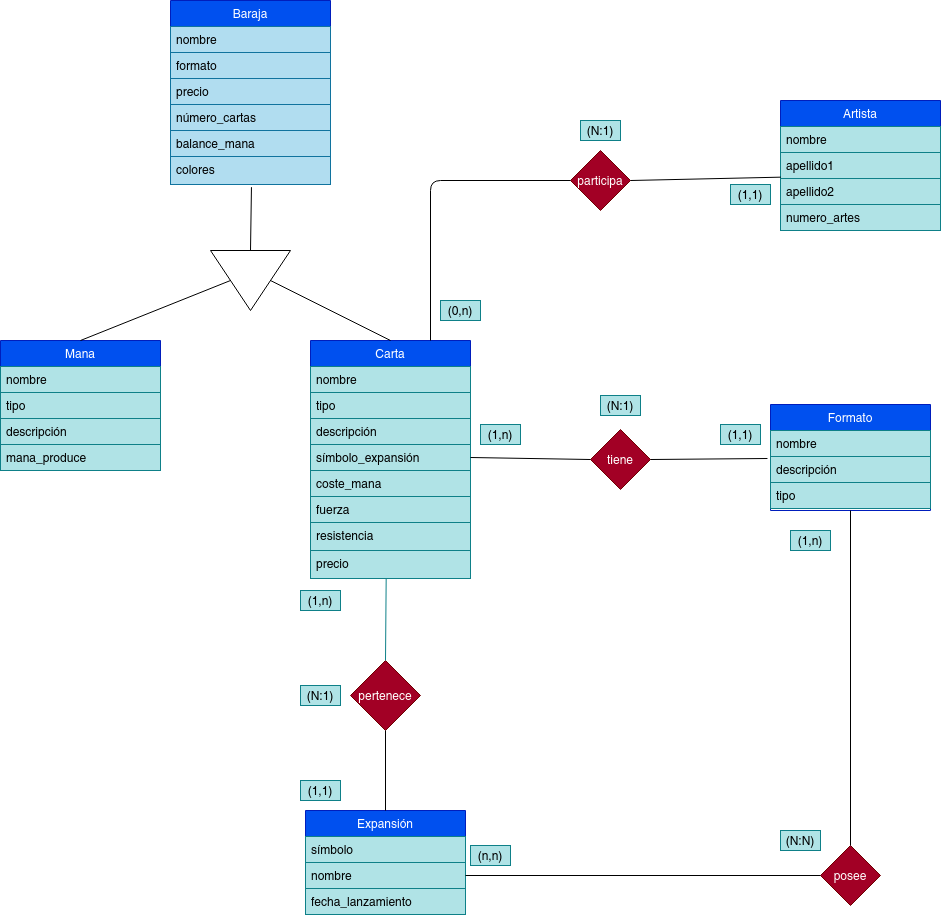
Earlier version of the draw.io export imagenes/relaciones-entidades/diagrama-magic.png (crislemen/MagicDB). Source tidied: cells renumbered, new cells last; positions are measured from the earlier drawing's top-left corner, leaving out a move shared by most shapes.
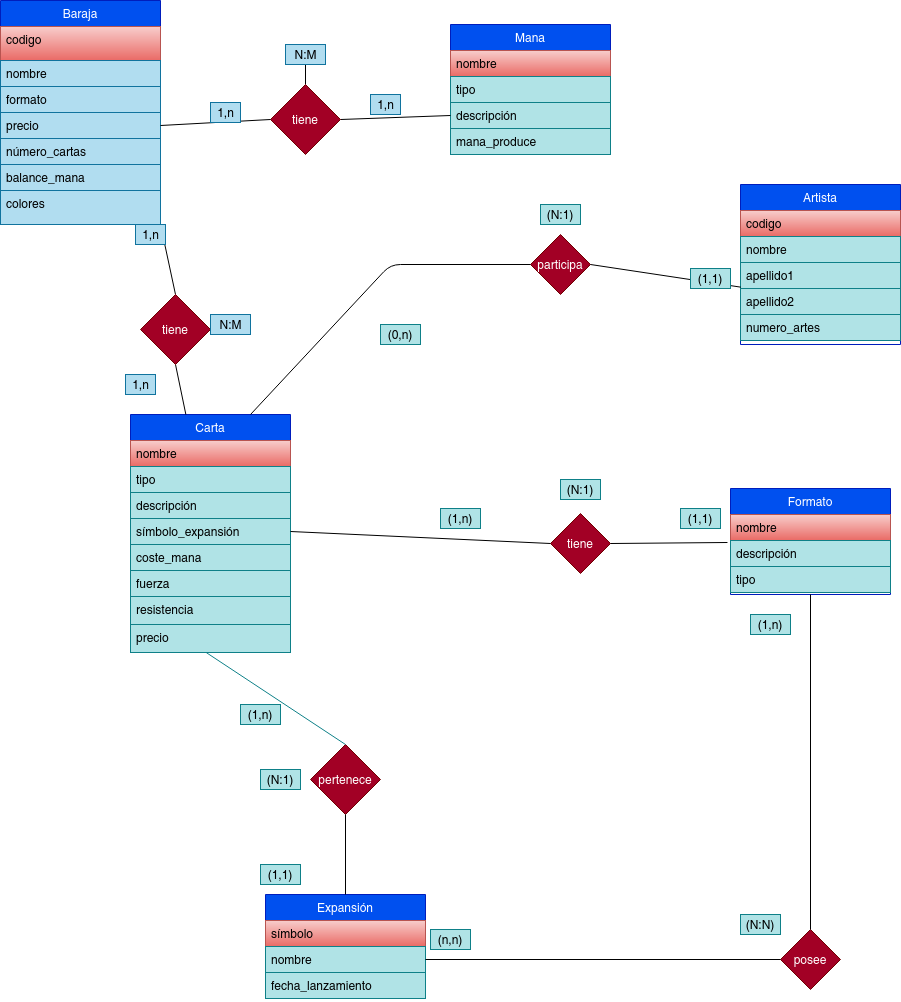
The same file after the commit.

Commit message:
Subido diagrama magic bien hecho

The edit, as a diff of the source:
```diff
@@ -3,9 +3,9 @@
     <mxCell id="0" />
     <mxCell id="1" parent="0" />
     <mxCell id="2" value="Carta" style="swimlane;fontStyle=0;align=center;verticalAlign=top;horizontal=1;startSize=26;rounded=0;shadow=0;strokeWidth=1;fillColor=#0050ef;strokeColor=#001DBC;fontColor=#ffffff;" parent="1" vertex="1">
-      <mxGeometry x="310" y="340" width="160" height="238" as="geometry" />
+      <mxGeometry x="170" y="330" width="160" height="238" as="geometry" />
     </mxCell>
-    <mxCell id="3" value="nombre" style="text;align=left;verticalAlign=top;spacingLeft=4;spacingRight=4;overflow=hidden;shadow=0;fillColor=#b0e3e6;strokeColor=#0e8088;" parent="2" vertex="1">
+    <mxCell id="3" value="nombre" style="text;align=left;verticalAlign=top;spacingLeft=4;spacingRight=4;overflow=hidden;shadow=0;fillColor=#f8cecc;strokeColor=#b85450;gradientColor=#ea6b66;" parent="2" vertex="1">
       <mxGeometry y="26" width="160" height="26" as="geometry" />
     </mxCell>
     <mxCell id="4" value="tipo" style="text;align=left;verticalAlign=top;spacingLeft=4;spacingRight=4;overflow=hidden;rounded=0;shadow=0;html=0;fillColor=#b0e3e6;strokeColor=#0e8088;" parent="2" vertex="1">
@@ -29,31 +29,37 @@
     <mxCell id="10" value="precio" style="text;align=left;verticalAlign=top;spacingLeft=4;spacingRight=4;overflow=hidden;points=[[0,0.5],[1,0.5]];portConstraint=eastwest;fillColor=#b0e3e6;strokeColor=#0e8088;" parent="2" vertex="1">
       <mxGeometry y="210" width="160" height="28" as="geometry" />
     </mxCell>
+    <mxCell id="64" style="rounded=0;jettySize=auto;html=1;exitX=1;exitY=1;exitDx=0;exitDy=0;entryX=0.5;entryY=0;entryDx=0;entryDy=0;endArrow=none;endFill=0;" parent="1" edge="1" source="11" target="68">
+      <mxGeometry relative="1" as="geometry" />
+    </mxCell>
     <mxCell id="11" value="Baraja" style="swimlane;fontStyle=0;align=center;verticalAlign=top;horizontal=1;startSize=26;rounded=0;shadow=0;strokeWidth=1;fillColor=#0050ef;strokeColor=#001DBC;fontColor=#ffffff;" parent="1" vertex="1">
-      <mxGeometry x="170" width="160" height="184" as="geometry" />
+      <mxGeometry x="40" y="-84" width="160" height="224" as="geometry" />
     </mxCell>
+    <mxCell id="65" value="codigo" style="text;align=left;verticalAlign=top;spacingLeft=4;spacingRight=4;overflow=hidden;fillColor=#f8cecc;strokeColor=#b85450;gradientColor=#ea6b66;" parent="11" vertex="1">
+      <mxGeometry y="26" width="160" height="34" as="geometry" />
+    </mxCell>
     <mxCell id="12" value="nombre" style="text;align=left;verticalAlign=top;spacingLeft=4;spacingRight=4;overflow=hidden;fillColor=#b1ddf0;strokeColor=#10739e;" parent="11" vertex="1">
-      <mxGeometry y="26" width="160" height="26" as="geometry" />
+      <mxGeometry y="60" width="160" height="26" as="geometry" />
     </mxCell>
     <mxCell id="13" value="formato" style="text;align=left;verticalAlign=top;spacingLeft=4;spacingRight=4;overflow=hidden;rounded=0;shadow=0;html=0;fillColor=#b1ddf0;strokeColor=#10739e;" parent="11" vertex="1">
-      <mxGeometry y="52" width="160" height="26" as="geometry" />
+      <mxGeometry y="86" width="160" height="26" as="geometry" />
     </mxCell>
     <mxCell id="14" value="precio" style="text;align=left;verticalAlign=top;spacingLeft=4;spacingRight=4;overflow=hidden;points=[[0,0.5],[1,0.5]];portConstraint=eastwest;rounded=0;shadow=0;html=0;fillColor=#b1ddf0;strokeColor=#10739e;" parent="11" vertex="1">
-      <mxGeometry y="78" width="160" height="26" as="geometry" />
+      <mxGeometry y="112" width="160" height="26" as="geometry" />
     </mxCell>
     <mxCell id="15" value="número_cartas" style="text;align=left;verticalAlign=top;spacingLeft=4;spacingRight=4;overflow=hidden;rounded=0;shadow=0;html=0;fillColor=#b1ddf0;strokeColor=#10739e;" parent="11" vertex="1">
-      <mxGeometry y="104" width="160" height="26" as="geometry" />
+      <mxGeometry y="138" width="160" height="26" as="geometry" />
     </mxCell>
     <mxCell id="16" value="balance_mana" style="text;align=left;verticalAlign=top;spacingLeft=4;spacingRight=4;overflow=hidden;rounded=0;shadow=0;html=0;fillColor=#b1ddf0;strokeColor=#10739e;" parent="11" vertex="1">
-      <mxGeometry y="130" width="160" height="26" as="geometry" />
+      <mxGeometry y="164" width="160" height="26" as="geometry" />
     </mxCell>
     <mxCell id="17" value="colores" style="text;align=left;verticalAlign=top;spacingLeft=4;spacingRight=4;overflow=hidden;points=[[0,0.5],[1,0.5]];portConstraint=eastwest;fillColor=#b1ddf0;strokeColor=#10739e;" parent="11" vertex="1">
-      <mxGeometry y="156" width="160" height="28" as="geometry" />
+      <mxGeometry y="190" width="160" height="34" as="geometry" />
     </mxCell>
     <mxCell id="18" value="Expansión" style="swimlane;fontStyle=0;align=center;verticalAlign=top;horizontal=1;startSize=26;rounded=0;shadow=0;strokeWidth=1;fillColor=#0050ef;strokeColor=#001DBC;fontColor=#ffffff;" parent="1" vertex="1">
       <mxGeometry x="305" y="810" width="160" height="104" as="geometry" />
     </mxCell>
-    <mxCell id="19" value="símbolo" style="text;align=left;verticalAlign=top;spacingLeft=4;spacingRight=4;overflow=hidden;fillColor=#b0e3e6;strokeColor=#0e8088;" parent="18" vertex="1">
+    <mxCell id="19" value="símbolo" style="text;align=left;verticalAlign=top;spacingLeft=4;spacingRight=4;overflow=hidden;fillColor=#f8cecc;strokeColor=#b85450;gradientColor=#ea6b66;" parent="18" vertex="1">
       <mxGeometry y="26" width="160" height="26" as="geometry" />
     </mxCell>
     <mxCell id="20" value="nombre" style="text;align=left;verticalAlign=top;spacingLeft=4;spacingRight=4;overflow=hidden;points=[[0,0.5],[1,0.5]];portConstraint=eastwest;rounded=0;shadow=0;html=0;fillColor=#b0e3e6;strokeColor=#0e8088;" parent="18" vertex="1">
@@ -65,7 +71,7 @@
     <mxCell id="22" value="Formato" style="swimlane;fontStyle=0;align=center;verticalAlign=top;horizontal=1;startSize=26;rounded=0;shadow=0;strokeWidth=1;fillColor=#0050ef;strokeColor=#001DBC;fontColor=#ffffff;" parent="1" vertex="1">
       <mxGeometry x="770" y="404" width="160" height="106" as="geometry" />
     </mxCell>
-    <mxCell id="23" value="nombre" style="text;align=left;verticalAlign=top;spacingLeft=4;spacingRight=4;overflow=hidden;fillColor=#b0e3e6;strokeColor=#0e8088;" parent="22" vertex="1">
+    <mxCell id="23" value="nombre" style="text;align=left;verticalAlign=top;spacingLeft=4;spacingRight=4;overflow=hidden;fillColor=#f8cecc;strokeColor=#b85450;gradientColor=#ea6b66;" parent="22" vertex="1">
       <mxGeometry y="26" width="160" height="26" as="geometry" />
     </mxCell>
     <mxCell id="24" value="descripción" style="text;align=left;verticalAlign=top;spacingLeft=4;spacingRight=4;overflow=hidden;points=[[0,0.5],[1,0.5]];portConstraint=eastwest;rounded=0;shadow=0;html=0;fillColor=#b0e3e6;strokeColor=#0e8088;" parent="22" vertex="1">
@@ -75,9 +81,9 @@
       <mxGeometry y="78" width="160" height="26" as="geometry" />
     </mxCell>
     <mxCell id="26" value="Mana" style="swimlane;fontStyle=0;align=center;verticalAlign=top;horizontal=1;startSize=26;rounded=0;shadow=0;strokeWidth=1;fillColor=#0050ef;strokeColor=#001DBC;fontColor=#ffffff;" parent="1" vertex="1">
-      <mxGeometry y="340" width="160" height="130" as="geometry" />
+      <mxGeometry x="490" y="-60" width="160" height="130" as="geometry" />
     </mxCell>
-    <mxCell id="27" value="nombre" style="text;align=left;verticalAlign=top;spacingLeft=4;spacingRight=4;overflow=hidden;fillColor=#b0e3e6;strokeColor=#0e8088;" parent="26" vertex="1">
+    <mxCell id="27" value="nombre" style="text;align=left;verticalAlign=top;spacingLeft=4;spacingRight=4;overflow=hidden;fillColor=#f8cecc;strokeColor=#b85450;gradientColor=#ea6b66;" parent="26" vertex="1">
       <mxGeometry y="26" width="160" height="26" as="geometry" />
     </mxCell>
     <mxCell id="28" value="tipo" style="text;align=left;verticalAlign=top;spacingLeft=4;spacingRight=4;overflow=hidden;rounded=0;shadow=0;html=0;fillColor=#b0e3e6;strokeColor=#0e8088;" parent="26" vertex="1">
@@ -89,17 +95,6 @@
     <mxCell id="30" value="mana_produce" style="text;align=left;verticalAlign=top;spacingLeft=4;spacingRight=4;overflow=hidden;rounded=0;shadow=0;html=0;fillColor=#b0e3e6;strokeColor=#0e8088;" parent="26" vertex="1">
       <mxGeometry y="104" width="160" height="26" as="geometry" />
     </mxCell>
-    <mxCell id="31" style="endArrow=none;html=1;exitX=0.5;exitY=0;exitDx=0;exitDy=0;entryX=0.506;entryY=1.095;entryDx=0;entryDy=0;entryPerimeter=0;" parent="1" edge="1" target="17">
-      <mxGeometry relative="1" as="geometry">
-        <mxPoint x="250" y="250" as="sourcePoint" />
-      </mxGeometry>
-    </mxCell>
-    <mxCell id="32" style="endArrow=none;html=1;entryX=0.5;entryY=1;entryDx=0;entryDy=0;exitX=0.5;exitY=0;exitDx=0;exitDy=0;" parent="1" edge="1" source="26" target="48">
-      <mxGeometry relative="1" as="geometry" />
-    </mxCell>
-    <mxCell id="33" style="endArrow=none;html=1;exitX=0.5;exitY=0;exitDx=0;exitDy=0;entryX=0.5;entryY=0;entryDx=0;entryDy=0;" parent="1" edge="1" source="48" target="2">
-      <mxGeometry relative="1" as="geometry" />
-    </mxCell>
     <mxCell id="34" value="tiene" style="rhombus;whiteSpace=wrap;html=1;shadow=0;fillColor=#a20025;strokeColor=#6F0000;fontColor=#ffffff;" parent="1" vertex="1">
       <mxGeometry x="590" y="429" width="60" height="60" as="geometry" />
     </mxCell>
@@ -119,19 +114,22 @@
       <mxGeometry relative="1" as="geometry" />
     </mxCell>
     <mxCell id="40" value="Artista" style="swimlane;fontStyle=0;align=center;verticalAlign=top;horizontal=1;startSize=26;rounded=0;shadow=0;strokeWidth=1;fillColor=#0050ef;strokeColor=#001DBC;fontColor=#ffffff;" parent="1" vertex="1">
-      <mxGeometry x="780" y="100" width="160" height="130" as="geometry" />
+      <mxGeometry x="780" y="100" width="160" height="160" as="geometry" />
     </mxCell>
+    <mxCell id="66" value="codigo" style="text;align=left;verticalAlign=top;spacingLeft=4;spacingRight=4;overflow=hidden;fillColor=#f8cecc;strokeColor=#b85450;gradientColor=#ea6b66;" parent="40" vertex="1">
+      <mxGeometry y="26" width="160" height="26" as="geometry" />
+    </mxCell>
     <mxCell id="41" value="nombre" style="text;align=left;verticalAlign=top;spacingLeft=4;spacingRight=4;overflow=hidden;fillColor=#b0e3e6;strokeColor=#0e8088;" parent="40" vertex="1">
-      <mxGeometry y="26" width="160" height="26" as="geometry" />
+      <mxGeometry y="52" width="160" height="26" as="geometry" />
     </mxCell>
     <mxCell id="42" value="apellido1" style="text;align=left;verticalAlign=top;spacingLeft=4;spacingRight=4;overflow=hidden;rounded=0;shadow=0;html=0;fillColor=#b0e3e6;strokeColor=#0e8088;" parent="40" vertex="1">
-      <mxGeometry y="52" width="160" height="26" as="geometry" />
+      <mxGeometry y="78" width="160" height="26" as="geometry" />
     </mxCell>
     <mxCell id="43" value="apellido2" style="text;align=left;verticalAlign=top;spacingLeft=4;spacingRight=4;overflow=hidden;points=[[0,0.5],[1,0.5]];portConstraint=eastwest;rounded=0;shadow=0;html=0;fillColor=#b0e3e6;strokeColor=#0e8088;" parent="40" vertex="1">
-      <mxGeometry y="78" width="160" height="26" as="geometry" />
+      <mxGeometry y="104" width="160" height="26" as="geometry" />
     </mxCell>
     <mxCell id="44" value="numero_artes" style="text;align=left;verticalAlign=top;spacingLeft=4;spacingRight=4;overflow=hidden;rounded=0;shadow=0;html=0;fillColor=#b0e3e6;strokeColor=#0e8088;" parent="40" vertex="1">
-      <mxGeometry y="104" width="160" height="26" as="geometry" />
+      <mxGeometry y="130" width="160" height="26" as="geometry" />
     </mxCell>
     <mxCell id="45" value="participa" style="rhombus;whiteSpace=wrap;html=1;shadow=0;fillColor=#a20025;strokeColor=#6F0000;fontColor=#ffffff;" parent="1" vertex="1">
       <mxGeometry x="570" y="150" width="60" height="60" as="geometry" />
@@ -146,9 +144,6 @@
         </Array>
       </mxGeometry>
     </mxCell>
-    <mxCell id="48" style="triangle;whiteSpace=wrap;html=1;shadow=0;rotation=90;" parent="1" vertex="1">
-      <mxGeometry x="220" y="240" width="60" height="80" as="geometry" />
-    </mxCell>
     <mxCell id="49" value="(1,n)" style="text;html=1;strokeColor=#0e8088;fillColor=#b0e3e6;align=center;verticalAlign=middle;whiteSpace=wrap;rounded=0;shadow=0;" parent="1" vertex="1">
       <mxGeometry x="480" y="424" width="40" height="20" as="geometry" />
     </mxCell>
@@ -159,7 +154,7 @@
       <mxGeometry x="600" y="395" width="40" height="20" as="geometry" />
     </mxCell>
     <mxCell id="52" value="(0,n)" style="text;html=1;strokeColor=#0e8088;fillColor=#b0e3e6;align=center;verticalAlign=middle;whiteSpace=wrap;rounded=0;shadow=0;" parent="1" vertex="1">
-      <mxGeometry x="440" y="300" width="40" height="20" as="geometry" />
+      <mxGeometry x="420" y="240" width="40" height="20" as="geometry" />
     </mxCell>
     <mxCell id="53" value="(1,1)" style="text;html=1;strokeColor=#0e8088;fillColor=#b0e3e6;align=center;verticalAlign=middle;whiteSpace=wrap;rounded=0;shadow=0;" parent="1" vertex="1">
       <mxGeometry x="730" y="184" width="40" height="20" as="geometry" />
@@ -168,7 +163,7 @@
       <mxGeometry x="580" y="120" width="40" height="20" as="geometry" />
     </mxCell>
     <mxCell id="55" value="(1,n)" style="text;html=1;strokeColor=#0e8088;fillColor=#b0e3e6;align=center;verticalAlign=middle;whiteSpace=wrap;rounded=0;shadow=0;" parent="1" vertex="1">
-      <mxGeometry x="300" y="590" width="40" height="20" as="geometry" />
+      <mxGeometry x="280" y="620" width="40" height="20" as="geometry" />
     </mxCell>
     <mxCell id="56" value="(1,1)" style="text;html=1;strokeColor=#0e8088;fillColor=#b0e3e6;align=center;verticalAlign=middle;whiteSpace=wrap;rounded=0;shadow=0;" parent="1" vertex="1">
       <mxGeometry x="300" y="780" width="40" height="20" as="geometry" />
@@ -194,5 +189,41 @@
     <mxCell id="63" value="(N:N)" style="text;html=1;strokeColor=#0e8088;fillColor=#b0e3e6;align=center;verticalAlign=middle;whiteSpace=wrap;rounded=0;shadow=0;" parent="1" vertex="1">
       <mxGeometry x="780" y="830" width="40" height="20" as="geometry" />
     </mxCell>
+    <mxCell id="67" style="edgeStyle=none;rounded=0;jettySize=auto;html=1;exitX=0.5;exitY=1;exitDx=0;exitDy=0;endArrow=none;endFill=0;" parent="1" edge="1" source="68" target="2">
+      <mxGeometry relative="1" as="geometry" />
+    </mxCell>
+    <mxCell id="68" value="tiene" style="rhombus;whiteSpace=wrap;html=1;shadow=0;fillColor=#a20025;strokeColor=#6F0000;fontColor=#ffffff;" parent="1" vertex="1">
+      <mxGeometry x="180" y="210" width="70" height="70" as="geometry" />
+    </mxCell>
+    <mxCell id="69" value="1,n" style="text;html=1;align=center;verticalAlign=middle;strokeColor=#10739e;fillColor=#b1ddf0;" parent="1" vertex="1">
+      <mxGeometry x="410" y="10" width="30" height="20" as="geometry" />
+    </mxCell>
+    <mxCell id="70" value="N:M" style="text;html=1;align=center;verticalAlign=middle;strokeColor=#10739e;fillColor=#b1ddf0;" parent="1" vertex="1">
+      <mxGeometry x="250" y="230" width="40" height="20" as="geometry" />
+    </mxCell>
+    <mxCell id="71" value="1,n" style="text;html=1;align=center;verticalAlign=middle;strokeColor=#10739e;fillColor=#b1ddf0;" parent="1" vertex="1">
+      <mxGeometry x="175" y="140" width="30" height="20" as="geometry" />
+    </mxCell>
+    <mxCell id="72" value="1,n" style="text;html=1;align=center;verticalAlign=middle;strokeColor=#10739e;fillColor=#b1ddf0;" parent="1" vertex="1">
+      <mxGeometry x="165" y="290" width="30" height="20" as="geometry" />
+    </mxCell>
+    <mxCell id="73" style="edgeStyle=none;rounded=0;jettySize=auto;html=1;exitX=1;exitY=0.5;exitDx=0;exitDy=0;endArrow=none;endFill=0;entryX=0;entryY=0.5;entryDx=0;entryDy=0;" parent="1" edge="1" source="75" target="29">
+      <mxGeometry relative="1" as="geometry" />
+    </mxCell>
+    <mxCell id="74" style="edgeStyle=none;rounded=0;jettySize=auto;html=1;endArrow=none;endFill=0;" parent="1" edge="1" source="75" target="78">
+      <mxGeometry relative="1" as="geometry" />
+    </mxCell>
+    <mxCell id="75" value="tiene" style="rhombus;whiteSpace=wrap;html=1;shadow=0;fillColor=#a20025;strokeColor=#6F0000;fontColor=#ffffff;" parent="1" vertex="1">
+      <mxGeometry x="310" width="70" height="70" as="geometry" />
+    </mxCell>
+    <mxCell id="76" style="edgeStyle=none;rounded=0;jettySize=auto;html=1;exitX=0;exitY=0.5;exitDx=0;exitDy=0;entryX=1;entryY=0.5;entryDx=0;entryDy=0;endArrow=none;endFill=0;" parent="1" edge="1" source="75" target="14">
+      <mxGeometry relative="1" as="geometry" />
+    </mxCell>
+    <mxCell id="77" value="1,n" style="text;html=1;align=center;verticalAlign=middle;strokeColor=#10739e;fillColor=#b1ddf0;" parent="1" vertex="1">
+      <mxGeometry x="250" y="18" width="30" height="20" as="geometry" />
+    </mxCell>
+    <mxCell id="78" value="N:M" style="text;html=1;align=center;verticalAlign=middle;points=[];strokeColor=#10739e;fillColor=#b1ddf0;" parent="1" vertex="1">
+      <mxGeometry x="325" y="-40" width="40" height="20" as="geometry" />
+    </mxCell>
   </root>
 </mxGraphModel>
```
